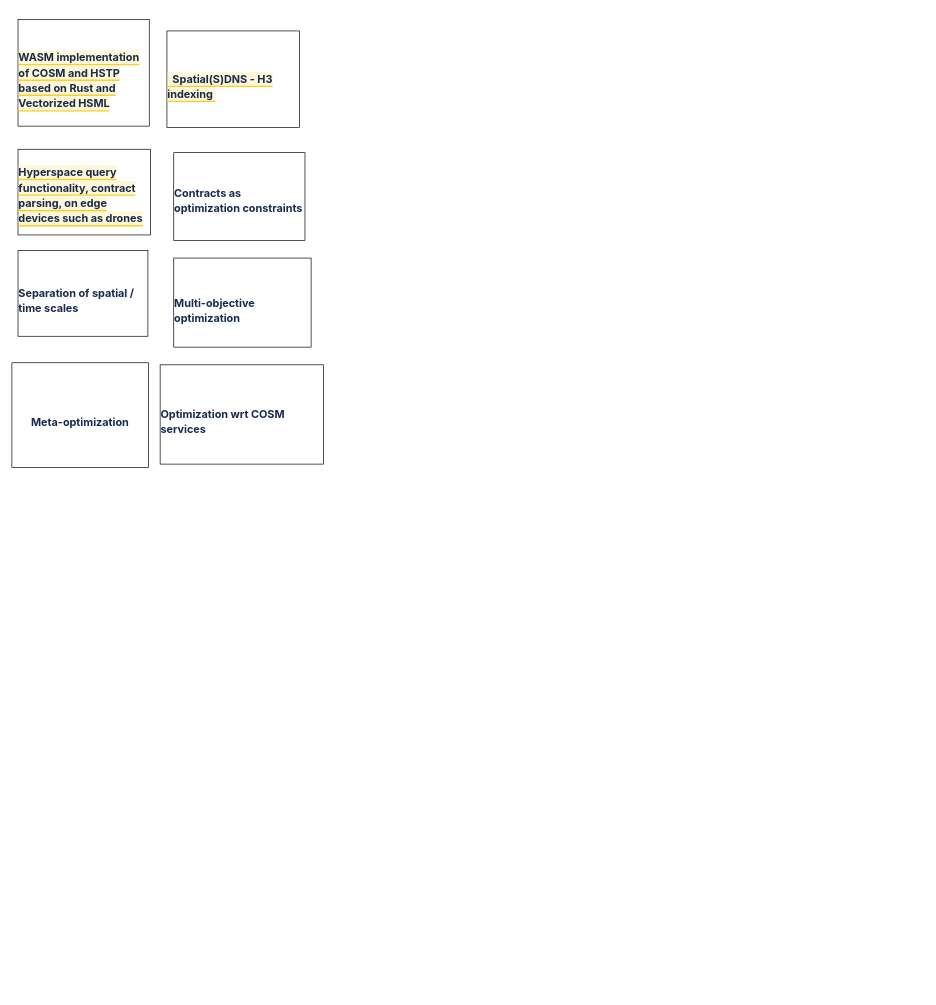
mahault/Katas keeps this draw.io diagram as Untitled Diagram.drawio. Above is the earlier version. Source tidied: cells renumbered, new cells numbered last; positions are measured from the earlier drawing's top-left corner, leaving out a move shared by most shapes. Both pictures are drawn from the tidied source at 68%, with x=0, y=0 at pixel (12, 19).
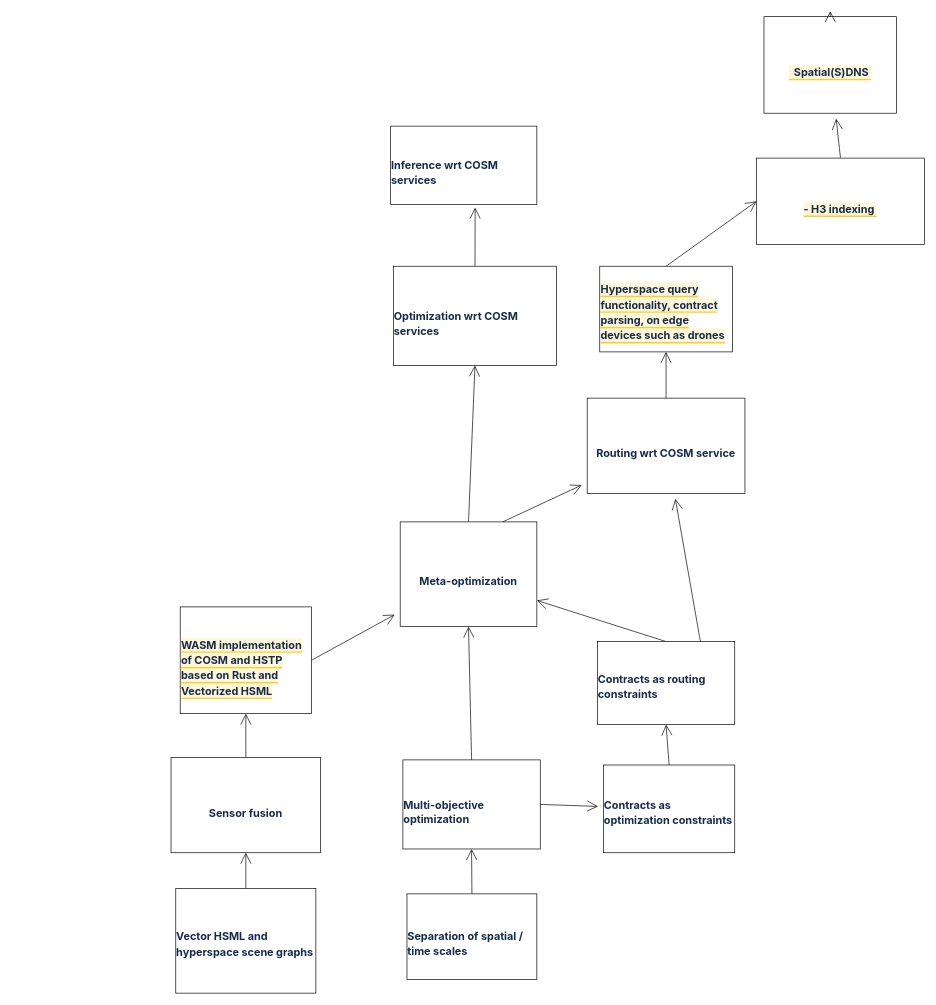
The same diagram, later.

The edit, as a diff of the source:
```diff
@@
-    <mxCell id="2" value="&lt;h4 style=&quot;margin: 1.357em 0px 0px; padding: 0px; font-size: 16px; line-height: 1.428; color: rgb(23, 43, 77); letter-spacing: -0.003em; font-family: -apple-system, BlinkMacSystemFont, &amp;quot;Segoe UI&amp;quot;, Roboto, Oxygen, Ubuntu, &amp;quot;Fira Sans&amp;quot;, &amp;quot;Droid Sans&amp;quot;, &amp;quot;Helvetica Neue&amp;quot;, sans-serif; text-align: start;&quot; id=&quot;Spatial(S)DNS----H3-indexing-–-A-lot-of-the-work-would-support-this-project,-but-the-end-would-have-to-lead-into-the--SDNS&quot;&gt;&lt;span style=&quot;cursor: pointer; background-color: rgba(255, 240, 179, 0.5); border-bottom: 2px solid rgba(255, 196, 0, 0.82);&quot; class=&quot;inline-highlight&quot; id=&quot;642e6865-7614-46b1-a37f-4f377f6b59a0&quot;&gt;&amp;nbsp; Spatial(S)DNS -  H3 indexing&amp;nbsp;&lt;/span&gt;&lt;/h4&gt;" style="rounded=0;whiteSpace=wrap;html=1;hachureGap=4;" parent="1" vertex="1">
-      <mxGeometry x="228" y="17" width="195" height="142" as="geometry" />
+    <mxCell id="2" value="&lt;h4 style=&quot;margin: 1.357em 0px 0px; padding: 0px; font-size: 16px; line-height: 1.428; color: rgb(23, 43, 77); letter-spacing: -0.003em; font-family: -apple-system, BlinkMacSystemFont, &amp;quot;Segoe UI&amp;quot;, Roboto, Oxygen, Ubuntu, &amp;quot;Fira Sans&amp;quot;, &amp;quot;Droid Sans&amp;quot;, &amp;quot;Helvetica Neue&amp;quot;, sans-serif; text-align: start;&quot; id=&quot;Spatial(S)DNS----H3-indexing-–-A-lot-of-the-work-would-support-this-project,-but-the-end-would-have-to-lead-into-the--SDNS&quot;&gt;&lt;span style=&quot;cursor: pointer; background-color: rgba(255, 240, 179, 0.5); border-bottom: 2px solid rgba(255, 196, 0, 0.82);&quot; class=&quot;inline-highlight&quot; id=&quot;642e6865-7614-46b1-a37f-4f377f6b59a0&quot;&gt;&amp;nbsp; Spatial(S)DNS&amp;nbsp;&lt;/span&gt;&lt;/h4&gt;" style="rounded=0;whiteSpace=wrap;html=1;hachureGap=4;" parent="1" vertex="1">
+      <mxGeometry x="1106" y="-4" width="195" height="142" as="geometry" />
     </mxCell>
+    <mxCell id="10" style="edgeStyle=none;curved=1;rounded=0;jettySize=auto;html=1;exitX=1;exitY=0.5;exitDx=0;exitDy=0;endArrow=open;startSize=14;endSize=14;sourcePerimeterSpacing=8;targetPerimeterSpacing=8;" parent="1" edge="1" source="3" target="8">
+      <mxGeometry relative="1" as="geometry" />
+    </mxCell>
     <mxCell id="3" value="&lt;h4 style=&quot;margin: 1.357em 0px 0px; padding: 0px; font-size: 16px; line-height: 1.428; color: rgb(23, 43, 77); letter-spacing: -0.003em; font-family: -apple-system, BlinkMacSystemFont, &amp;quot;Segoe UI&amp;quot;, Roboto, Oxygen, Ubuntu, &amp;quot;Fira Sans&amp;quot;, &amp;quot;Droid Sans&amp;quot;, &amp;quot;Helvetica Neue&amp;quot;, sans-serif; text-align: start;&quot; id=&quot;WASM-implementation-of-COSM-and-HSTP-based-on-Rust-and-Vectorized-HSML&quot;&gt;&lt;span style=&quot;cursor: pointer; background-color: rgba(255, 240, 179, 0.5); border-bottom: 2px solid rgba(255, 196, 0, 0.82);&quot; class=&quot;inline-highlight&quot; id=&quot;642e6865-7614-46b1-a37f-4f377f6b59a0&quot;&gt;WASM implementation of COSM and HSTP based on Rust and Vectorized HSML&lt;/span&gt;&lt;/h4&gt;" style="rounded=0;whiteSpace=wrap;html=1;hachureGap=4;" parent="1" vertex="1">
-      <mxGeometry x="9" width="193" height="157" as="geometry" />
+      <mxGeometry x="247.5" y="864" width="193" height="157" as="geometry" />
     </mxCell>
+    <mxCell id="11" style="edgeStyle=none;curved=1;rounded=0;jettySize=auto;html=1;exitX=0.5;exitY=0;exitDx=0;exitDy=0;entryX=0;entryY=0.5;entryDx=0;entryDy=0;endArrow=open;startSize=14;endSize=14;sourcePerimeterSpacing=8;targetPerimeterSpacing=8;" parent="1" edge="1" source="4" target="31">
+      <mxGeometry relative="1" as="geometry" />
+    </mxCell>
     <mxCell id="4" value="&lt;h4 style=&quot;margin: 10px 0px 0px; padding: 0px; font-size: 16px; line-height: 1.428; color: rgb(23, 43, 77); letter-spacing: -0.003em; font-family: -apple-system, BlinkMacSystemFont, &amp;quot;Segoe UI&amp;quot;, Roboto, Oxygen, Ubuntu, &amp;quot;Fira Sans&amp;quot;, &amp;quot;Droid Sans&amp;quot;, &amp;quot;Helvetica Neue&amp;quot;, sans-serif; text-align: start;&quot; id=&quot;Hyperspace-query-functionality,-contract-parsing,--on-edge-devices-such-as-drones.&quot;&gt;&lt;span style=&quot;cursor: pointer; background-color: rgba(255, 240, 179, 0.5); border-bottom: 2px solid rgba(255, 196, 0, 0.82);&quot; class=&quot;inline-highlight&quot; id=&quot;642e6865-7614-46b1-a37f-4f377f6b59a0&quot;&gt;Hyperspace query functionality, contract parsing,  on edge devices such as drones&lt;/span&gt;&lt;/h4&gt;" style="rounded=0;whiteSpace=wrap;html=1;hachureGap=4;" parent="1" vertex="1">
-      <mxGeometry x="9" y="191" width="195" height="126" as="geometry" />
+      <mxGeometry x="864.5" y="363" width="195" height="126" as="geometry" />
     </mxCell>
+    <mxCell id="12" style="edgeStyle=none;curved=1;rounded=0;jettySize=auto;html=1;exitX=0.5;exitY=0;exitDx=0;exitDy=0;entryX=0.5;entryY=1;entryDx=0;entryDy=0;endArrow=open;startSize=14;endSize=14;sourcePerimeterSpacing=8;targetPerimeterSpacing=8;" parent="1" edge="1" source="5" target="21">
+      <mxGeometry relative="1" as="geometry" />
+    </mxCell>
     <mxCell id="5" value="&lt;h4 style=&quot;margin: 10px 0px 0px; padding: 0px; font-size: 16px; line-height: 1.428; color: rgb(23, 43, 77); letter-spacing: -0.003em; font-family: -apple-system, BlinkMacSystemFont, &amp;quot;Segoe UI&amp;quot;, Roboto, Oxygen, Ubuntu, &amp;quot;Fira Sans&amp;quot;, &amp;quot;Droid Sans&amp;quot;, &amp;quot;Helvetica Neue&amp;quot;, sans-serif; text-align: start;&quot; id=&quot;Contracts-as-optimization-constraints&quot;&gt;Contracts as optimization constraints&lt;/h4&gt;" style="rounded=0;whiteSpace=wrap;html=1;hachureGap=4;" parent="1" vertex="1">
-      <mxGeometry x="238" y="196" width="193" height="129" as="geometry" />
+      <mxGeometry x="870" y="1096.5" width="193" height="129" as="geometry" />
     </mxCell>
+    <mxCell id="13" style="edgeStyle=none;curved=1;rounded=0;jettySize=auto;html=1;exitX=0.5;exitY=0;exitDx=0;exitDy=0;entryX=0.5;entryY=1;entryDx=0;entryDy=0;endArrow=open;startSize=14;endSize=14;sourcePerimeterSpacing=8;targetPerimeterSpacing=8;" parent="1" edge="1" source="6" target="7">
+      <mxGeometry relative="1" as="geometry" />
+    </mxCell>
     <mxCell id="6" value="&lt;h4 style=&quot;margin: 1.357em 0px 0px; padding: 0px; font-size: 16px; line-height: 1.428; color: rgb(23, 43, 77); letter-spacing: -0.003em; font-family: -apple-system, BlinkMacSystemFont, &amp;quot;Segoe UI&amp;quot;, Roboto, Oxygen, Ubuntu, &amp;quot;Fira Sans&amp;quot;, &amp;quot;Droid Sans&amp;quot;, &amp;quot;Helvetica Neue&amp;quot;, sans-serif; text-align: start;&quot; id=&quot;Separation-of-spatial-/-time-scales&quot;&gt;Separation of spatial / time scales&lt;/h4&gt;" style="rounded=0;whiteSpace=wrap;html=1;hachureGap=4;" parent="1" vertex="1">
-      <mxGeometry x="9" y="340" width="191" height="126" as="geometry" />
+      <mxGeometry x="581" y="1286" width="191" height="126" as="geometry" />
     </mxCell>
+    <mxCell id="14" style="edgeStyle=none;curved=1;rounded=0;jettySize=auto;html=1;exitX=0.5;exitY=0;exitDx=0;exitDy=0;entryX=0.5;entryY=1;entryDx=0;entryDy=0;endArrow=open;startSize=14;endSize=14;sourcePerimeterSpacing=8;targetPerimeterSpacing=8;" parent="1" edge="1" source="7" target="8">
+      <mxGeometry relative="1" as="geometry" />
+    </mxCell>
+    <mxCell id="15" style="edgeStyle=none;curved=1;rounded=0;jettySize=auto;html=1;exitX=1;exitY=0.5;exitDx=0;exitDy=0;endArrow=open;startSize=14;endSize=14;sourcePerimeterSpacing=8;targetPerimeterSpacing=8;" parent="1" edge="1" source="7" target="5">
+      <mxGeometry relative="1" as="geometry" />
+    </mxCell>
     <mxCell id="7" value="&lt;h4 style=&quot;margin: 1.357em 0px 0px; padding: 0px; font-size: 16px; line-height: 1.428; color: rgb(23, 43, 77); letter-spacing: -0.003em; font-family: -apple-system, BlinkMacSystemFont, &amp;quot;Segoe UI&amp;quot;, Roboto, Oxygen, Ubuntu, &amp;quot;Fira Sans&amp;quot;, &amp;quot;Droid Sans&amp;quot;, &amp;quot;Helvetica Neue&amp;quot;, sans-serif; text-align: start;&quot; id=&quot;Multi-objective-optimization&quot;&gt;Multi-objective optimization&lt;/h4&gt;" style="rounded=0;whiteSpace=wrap;html=1;hachureGap=4;" parent="1" vertex="1">
-      <mxGeometry x="238" y="351" width="202" height="131" as="geometry" />
+      <mxGeometry x="575" y="1089" width="202" height="131" as="geometry" />
     </mxCell>
+    <mxCell id="16" style="edgeStyle=none;curved=1;rounded=0;jettySize=auto;html=1;exitX=0.5;exitY=0;exitDx=0;exitDy=0;entryX=0.5;entryY=1;entryDx=0;entryDy=0;endArrow=open;startSize=14;endSize=14;sourcePerimeterSpacing=8;targetPerimeterSpacing=8;" parent="1" edge="1" source="8" target="9">
+      <mxGeometry relative="1" as="geometry" />
+    </mxCell>
+    <mxCell id="17" style="edgeStyle=none;curved=1;rounded=0;jettySize=auto;html=1;exitX=0.75;exitY=0;exitDx=0;exitDy=0;endArrow=open;startSize=14;endSize=14;sourcePerimeterSpacing=8;targetPerimeterSpacing=8;" parent="1" edge="1" source="8" target="23">
+      <mxGeometry relative="1" as="geometry" />
+    </mxCell>
     <mxCell id="8" value="&lt;h4 style=&quot;margin: 1.357em 0px 0px; padding: 0px; font-size: 16px; line-height: 1.428; color: rgb(23, 43, 77); letter-spacing: -0.003em; font-family: -apple-system, BlinkMacSystemFont, &amp;quot;Segoe UI&amp;quot;, Roboto, Oxygen, Ubuntu, &amp;quot;Fira Sans&amp;quot;, &amp;quot;Droid Sans&amp;quot;, &amp;quot;Helvetica Neue&amp;quot;, sans-serif; text-align: start;&quot; id=&quot;Meta-optimization&quot;&gt;Meta-optimization&lt;/h4&gt;" style="rounded=0;whiteSpace=wrap;html=1;hachureGap=4;" parent="1" vertex="1">
-      <mxGeometry y="505" width="201" height="154" as="geometry" />
+      <mxGeometry x="571" y="739" width="201" height="154" as="geometry" />
     </mxCell>
+    <mxCell id="18" style="edgeStyle=none;curved=1;rounded=0;jettySize=auto;html=1;exitX=0.5;exitY=0;exitDx=0;exitDy=0;endArrow=open;startSize=14;endSize=14;sourcePerimeterSpacing=8;targetPerimeterSpacing=8;entryX=0.578;entryY=1.042;entryDx=0;entryDy=0;entryPerimeter=0;" parent="1" edge="1" source="9" target="28">
+      <mxGeometry relative="1" as="geometry" />
+    </mxCell>
     <mxCell id="9" value="&lt;h4 style=&quot;margin: 1.357em 0px 0px; padding: 0px; font-size: 16px; line-height: 1.428; color: rgb(23, 43, 77); letter-spacing: -0.003em; font-family: -apple-system, BlinkMacSystemFont, &amp;quot;Segoe UI&amp;quot;, Roboto, Oxygen, Ubuntu, &amp;quot;Fira Sans&amp;quot;, &amp;quot;Droid Sans&amp;quot;, &amp;quot;Helvetica Neue&amp;quot;, sans-serif; text-align: start;&quot; id=&quot;Optimization-wrt-COSM-services&quot;&gt;Optimization wrt COSM services&lt;/h4&gt;" style="rounded=0;whiteSpace=wrap;html=1;hachureGap=4;" parent="1" vertex="1">
-      <mxGeometry x="218" y="508" width="240" height="146" as="geometry" />
+      <mxGeometry x="561" y="363" width="240" height="146" as="geometry" />
     </mxCell>
+    <mxCell id="19" style="edgeStyle=none;curved=1;rounded=0;jettySize=auto;html=1;exitX=0.5;exitY=0;exitDx=0;exitDy=0;entryX=1;entryY=0.75;entryDx=0;entryDy=0;endArrow=open;startSize=14;endSize=14;sourcePerimeterSpacing=8;targetPerimeterSpacing=8;" parent="1" edge="1" source="21" target="8">
+      <mxGeometry relative="1" as="geometry" />
+    </mxCell>
+    <mxCell id="20" style="edgeStyle=none;curved=1;rounded=0;jettySize=auto;html=1;exitX=0.75;exitY=0;exitDx=0;exitDy=0;endArrow=open;startSize=14;endSize=14;sourcePerimeterSpacing=8;targetPerimeterSpacing=8;" parent="1" edge="1" source="21" target="23">
+      <mxGeometry relative="1" as="geometry" />
+    </mxCell>
+    <mxCell id="21" value="&lt;h4 style=&quot;margin: 10px 0px 0px; padding: 0px; font-size: 16px; line-height: 1.428; color: rgb(23, 43, 77); letter-spacing: -0.003em; font-family: -apple-system, BlinkMacSystemFont, &amp;quot;Segoe UI&amp;quot;, Roboto, Oxygen, Ubuntu, &amp;quot;Fira Sans&amp;quot;, &amp;quot;Droid Sans&amp;quot;, &amp;quot;Helvetica Neue&amp;quot;, sans-serif; text-align: start;&quot; id=&quot;Contracts-as-routing-constraints&quot;&gt;Contracts as routing constraints&lt;/h4&gt;" style="rounded=0;whiteSpace=wrap;html=1;hachureGap=4;" parent="1" vertex="1">
+      <mxGeometry x="861" y="915" width="202" height="122" as="geometry" />
+    </mxCell>
+    <mxCell id="22" style="edgeStyle=none;curved=1;rounded=0;jettySize=auto;html=1;exitX=0.5;exitY=0;exitDx=0;exitDy=0;entryX=0.5;entryY=1;entryDx=0;entryDy=0;endArrow=open;startSize=14;endSize=14;sourcePerimeterSpacing=8;targetPerimeterSpacing=8;" parent="1" edge="1" source="23" target="4">
+      <mxGeometry relative="1" as="geometry" />
+    </mxCell>
+    <mxCell id="23" value="&lt;h4 style=&quot;margin: 1.357em 0px 0px; padding: 0px; font-size: 16px; line-height: 1.428; color: rgb(23, 43, 77); letter-spacing: -0.003em; font-family: -apple-system, BlinkMacSystemFont, &amp;quot;Segoe UI&amp;quot;, Roboto, Oxygen, Ubuntu, &amp;quot;Fira Sans&amp;quot;, &amp;quot;Droid Sans&amp;quot;, &amp;quot;Helvetica Neue&amp;quot;, sans-serif; text-align: start;&quot; id=&quot;Routing-wrt-COSM-services&quot;&gt;Routing wrt COSM service&lt;/h4&gt;" style="rounded=0;whiteSpace=wrap;html=1;hachureGap=4;" parent="1" vertex="1">
+      <mxGeometry x="846" y="557" width="232" height="140" as="geometry" />
+    </mxCell>
+    <mxCell id="24" style="edgeStyle=none;curved=1;rounded=0;jettySize=auto;html=1;exitX=0.5;exitY=0;exitDx=0;exitDy=0;entryX=0.5;entryY=1;entryDx=0;entryDy=0;endArrow=open;startSize=14;endSize=14;sourcePerimeterSpacing=8;targetPerimeterSpacing=8;" parent="1" edge="1" source="25" target="27">
+      <mxGeometry relative="1" as="geometry" />
+    </mxCell>
+    <mxCell id="25" value="&lt;h4 style=&quot;margin: 10px 0px 0px; padding: 0px; font-size: 16px; line-height: 1.428; color: rgb(23, 43, 77); letter-spacing: -0.003em; font-family: -apple-system, BlinkMacSystemFont, &amp;quot;Segoe UI&amp;quot;, Roboto, Oxygen, Ubuntu, &amp;quot;Fira Sans&amp;quot;, &amp;quot;Droid Sans&amp;quot;, &amp;quot;Helvetica Neue&amp;quot;, sans-serif; text-align: start;&quot; id=&quot;Vector-HSML-and--hyperspace-scene-graphs&quot;&gt;Vector HSML and  hyperspace scene graphs &lt;/h4&gt;" style="rounded=0;whiteSpace=wrap;html=1;hachureGap=4;" parent="1" vertex="1">
+      <mxGeometry x="241" y="1278" width="206" height="154" as="geometry" />
+    </mxCell>
+    <mxCell id="26" style="edgeStyle=none;curved=1;rounded=0;jettySize=auto;html=1;exitX=0.5;exitY=0;exitDx=0;exitDy=0;entryX=0.5;entryY=1;entryDx=0;entryDy=0;endArrow=open;startSize=14;endSize=14;sourcePerimeterSpacing=8;targetPerimeterSpacing=8;" parent="1" edge="1" source="27" target="3">
+      <mxGeometry relative="1" as="geometry" />
+    </mxCell>
+    <mxCell id="27" value="&lt;h4 style=&quot;margin: 1.357em 0px 0px; padding: 0px; font-size: 16px; line-height: 1.428; color: rgb(23, 43, 77); letter-spacing: -0.003em; font-family: -apple-system, BlinkMacSystemFont, &amp;quot;Segoe UI&amp;quot;, Roboto, Oxygen, Ubuntu, &amp;quot;Fira Sans&amp;quot;, &amp;quot;Droid Sans&amp;quot;, &amp;quot;Helvetica Neue&amp;quot;, sans-serif; text-align: start;&quot; id=&quot;Sensor-fusion&quot;&gt;Sensor fusion&lt;/h4&gt;" style="rounded=0;whiteSpace=wrap;html=1;hachureGap=4;" parent="1" vertex="1">
+      <mxGeometry x="234" y="1085.5" width="220" height="140" as="geometry" />
+    </mxCell>
+    <mxCell id="28" value="&lt;h4 style=&quot;margin: 1.357em 0px 0px; padding: 0px; font-size: 16px; line-height: 1.428; color: rgb(23, 43, 77); letter-spacing: -0.003em; font-family: -apple-system, BlinkMacSystemFont, &amp;quot;Segoe UI&amp;quot;, Roboto, Oxygen, Ubuntu, &amp;quot;Fira Sans&amp;quot;, &amp;quot;Droid Sans&amp;quot;, &amp;quot;Helvetica Neue&amp;quot;, sans-serif; text-align: start;&quot; id=&quot;Inference-wrt-COSM-services&quot;&gt;Inference wrt COSM services&lt;/h4&gt;" style="rounded=0;whiteSpace=wrap;html=1;hachureGap=4;" parent="1" vertex="1">
+      <mxGeometry x="557" y="157" width="215" height="115" as="geometry" />
+    </mxCell>
+    <mxCell id="29" style="edgeStyle=none;curved=1;rounded=0;orthogonalLoop=1;jettySize=auto;html=1;exitX=0.5;exitY=0;exitDx=0;exitDy=0;endArrow=open;startSize=14;endSize=14;sourcePerimeterSpacing=8;targetPerimeterSpacing=8;" parent="1" edge="1" source="2" target="2">
+      <mxGeometry relative="1" as="geometry" />
+    </mxCell>
+    <mxCell id="30" style="edgeStyle=none;curved=1;rounded=0;jettySize=auto;html=1;exitX=0.5;exitY=0;exitDx=0;exitDy=0;endArrow=open;startSize=14;endSize=14;sourcePerimeterSpacing=8;targetPerimeterSpacing=8;" parent="1" edge="1" source="31" target="2">
+      <mxGeometry relative="1" as="geometry" />
+    </mxCell>
+    <mxCell id="31" value="&lt;h4 style=&quot;margin: 1.357em 0px 0px; padding: 0px; font-size: 16px; line-height: 1.428; color: rgb(23, 43, 77); letter-spacing: -0.003em; font-family: -apple-system, BlinkMacSystemFont, &amp;quot;Segoe UI&amp;quot;, Roboto, Oxygen, Ubuntu, &amp;quot;Fira Sans&amp;quot;, &amp;quot;Droid Sans&amp;quot;, &amp;quot;Helvetica Neue&amp;quot;, sans-serif; text-align: start;&quot; id=&quot;Spatial(S)DNS----H3-indexing-–-A-lot-of-the-work-would-support-this-project,-but-the-end-would-have-to-lead-into-the--SDNS&quot;&gt;&lt;span style=&quot;cursor: pointer; background-color: rgba(255, 240, 179, 0.5); border-bottom: 2px solid rgba(255, 196, 0, 0.82);&quot; class=&quot;inline-highlight&quot; id=&quot;642e6865-7614-46b1-a37f-4f377f6b59a0&quot;&gt;- H3 indexing&amp;nbsp;&lt;/span&gt;&lt;/h4&gt;" style="rounded=0;whiteSpace=wrap;html=1;hachureGap=4;" parent="1" vertex="1">
+      <mxGeometry x="1095" y="204" width="247" height="127" as="geometry" />
+    </mxCell>
```
